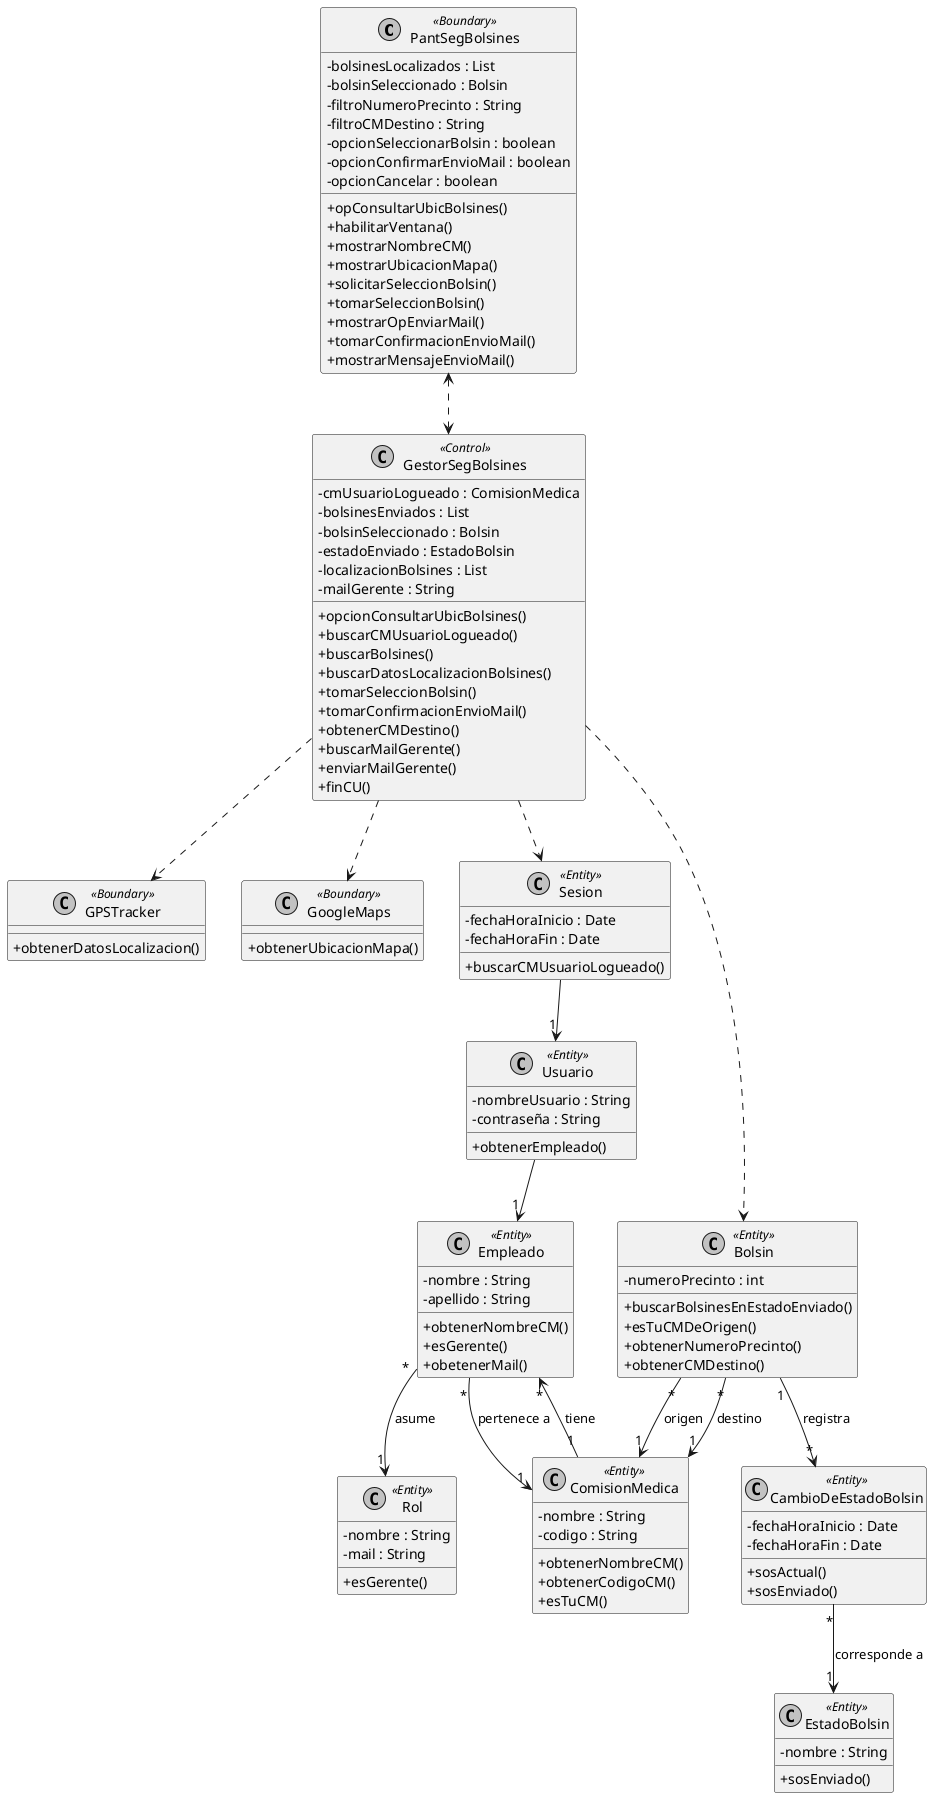
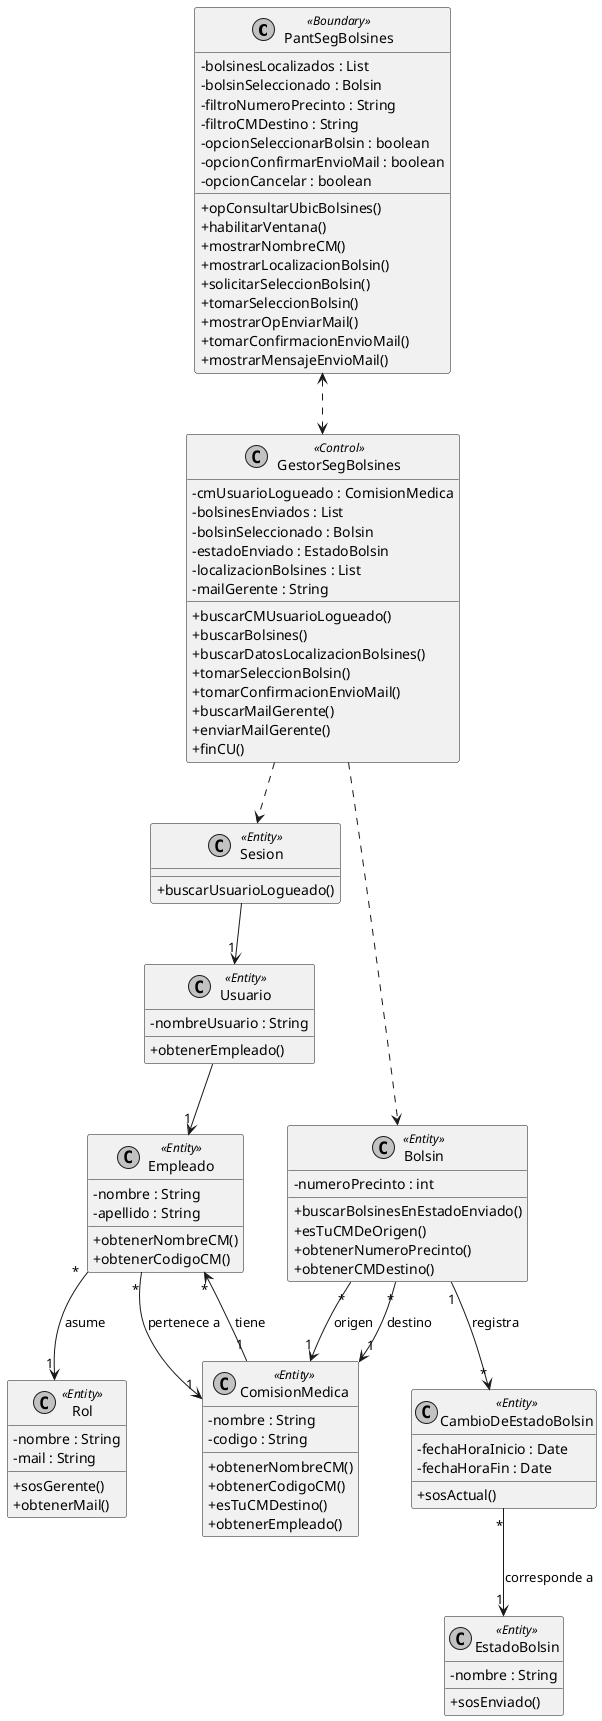
@startuml DiagramaClasesSoporte
skinparam classAttributeIconSize 0
skinparam monochrome true
skinparam shadowing false

' ==========================================
' CLASES BOUNDARY Y CONTROL
' ==========================================
class PantSegBolsines <<Boundary>> {
  - bolsinesLocalizados : List
  - bolsinSeleccionado : Bolsin
  - filtroNumeroPrecinto : String
  - filtroCMDestino : String
  - opcionSeleccionarBolsin : boolean
  - opcionConfirmarEnvioMail : boolean
  - opcionCancelar : boolean
  + opConsultarUbicBolsines()
  + habilitarVentana()
  + mostrarNombreCM()
-   + mostrarUbicacionMapa()
+   + mostrarLocalizacionBolsin()
  + solicitarSeleccionBolsin()
  + tomarSeleccionBolsin()
  + mostrarOpEnviarMail()
  + tomarConfirmacionEnvioMail()
  + mostrarMensajeEnvioMail()
}

class GestorSegBolsines <<Control>> {
  - cmUsuarioLogueado : ComisionMedica
  - bolsinesEnviados : List
  - bolsinSeleccionado : Bolsin
  - estadoEnviado : EstadoBolsin
  - localizacionBolsines : List
  - mailGerente : String
-   + opcionConsultarUbicBolsines()
  + buscarCMUsuarioLogueado()
  + buscarBolsines()
  + buscarDatosLocalizacionBolsines()
  + tomarSeleccionBolsin()
  + tomarConfirmacionEnvioMail()
-   + obtenerCMDestino()
  + buscarMailGerente()
  + enviarMailGerente()
  + finCU()
- }
- 
- class GPSTracker <<Boundary>> {
-   +obtenerDatosLocalizacion()
- }
- 
- class GoogleMaps <<Boundary>> {
-   +obtenerUbicacionMapa()
}

' ==========================================
' ENTIDADES DE DOMINIO
' ==========================================
class Sesion <<Entity>> {
-   - fechaHoraInicio : Date
-   - fechaHoraFin : Date
-   + buscarCMUsuarioLogueado()
+   + buscarUsuarioLogueado()
}

class Usuario <<Entity>> {
  - nombreUsuario : String
-   - contraseña : String
  + obtenerEmpleado()
}

class Empleado <<Entity>> {
  - nombre : String
  - apellido : String
  + obtenerNombreCM()
-   + esGerente()
-   + obetenerMail()
+   + obtenerCodigoCM()
}

class Rol <<Entity>> {
  - nombre : String
  - mail : String
-   + esGerente()
+   + sosGerente()
+   + obtenerMail()
}

class ComisionMedica <<Entity>> {
  - nombre : String
  - codigo : String
  + obtenerNombreCM()
  + obtenerCodigoCM()
-   + esTuCM()
+   + esTuCMDestino()
+   + obtenerEmpleado()
}

class Bolsin <<Entity>> {
  - numeroPrecinto : int
  + buscarBolsinesEnEstadoEnviado()
  + esTuCMDeOrigen()
  + obtenerNumeroPrecinto()
  + obtenerCMDestino()
}

class CambioDeEstadoBolsin <<Entity>> {
  - fechaHoraInicio : Date
  - fechaHoraFin : Date
  + sosActual()
-   + sosEnviado()
}

class EstadoBolsin <<Entity>> {
  - nombre : String
  + sosEnviado()
}

' ==========================================
' RELACIONES
' ==========================================

' Relaciones Pantalla - Gestor (Conocimiento mutuo, flechas punteadas)
PantSegBolsines <..> GestorSegBolsines

' Relaciones Gestor - Entidades (Conoce a las que llama directamente por flechas punteadas)
GestorSegBolsines ..> Sesion
GestorSegBolsines ..> Bolsin
- GestorSegBolsines ..> GPSTracker
- GestorSegBolsines ..> GoogleMaps

' Relaciones de Dominio (Como el Modelo de Dominio Clásico - Flechas sólidas)
Sesion --> "1" Usuario
Usuario --> "1" Empleado
Empleado "*" --> "1" ComisionMedica : pertenece a
Empleado "*" --> "1" Rol : asume
ComisionMedica "1" --> "*" Empleado : tiene
Bolsin "*" --> "1" ComisionMedica : origen
Bolsin "*" --> "1" ComisionMedica : destino
Bolsin "1" --> "*" CambioDeEstadoBolsin : registra
CambioDeEstadoBolsin "*" --> "1" EstadoBolsin : corresponde a

@enduml